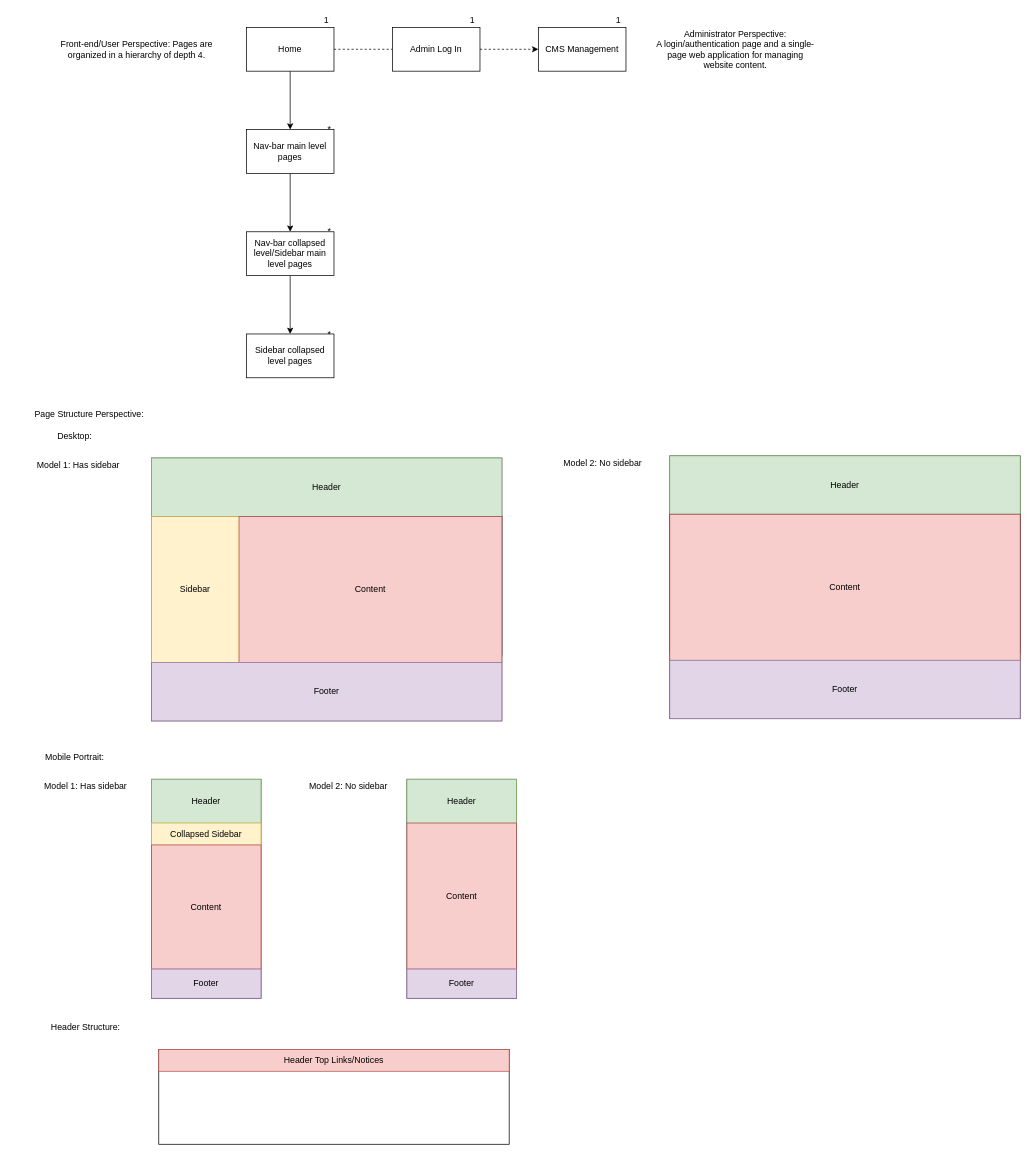
The draw.io diagram Untitled Diagram.drawio in rickyychen/McGillWebsite, before the edit. Source tidied: cells renumbered, new cells numbered last; positions are measured from the earlier drawing's top-left corner, leaving out a move shared by most shapes. Both pictures are drawn from the tidied source at 73%, with x=0, y=0 at pixel (12, 12).
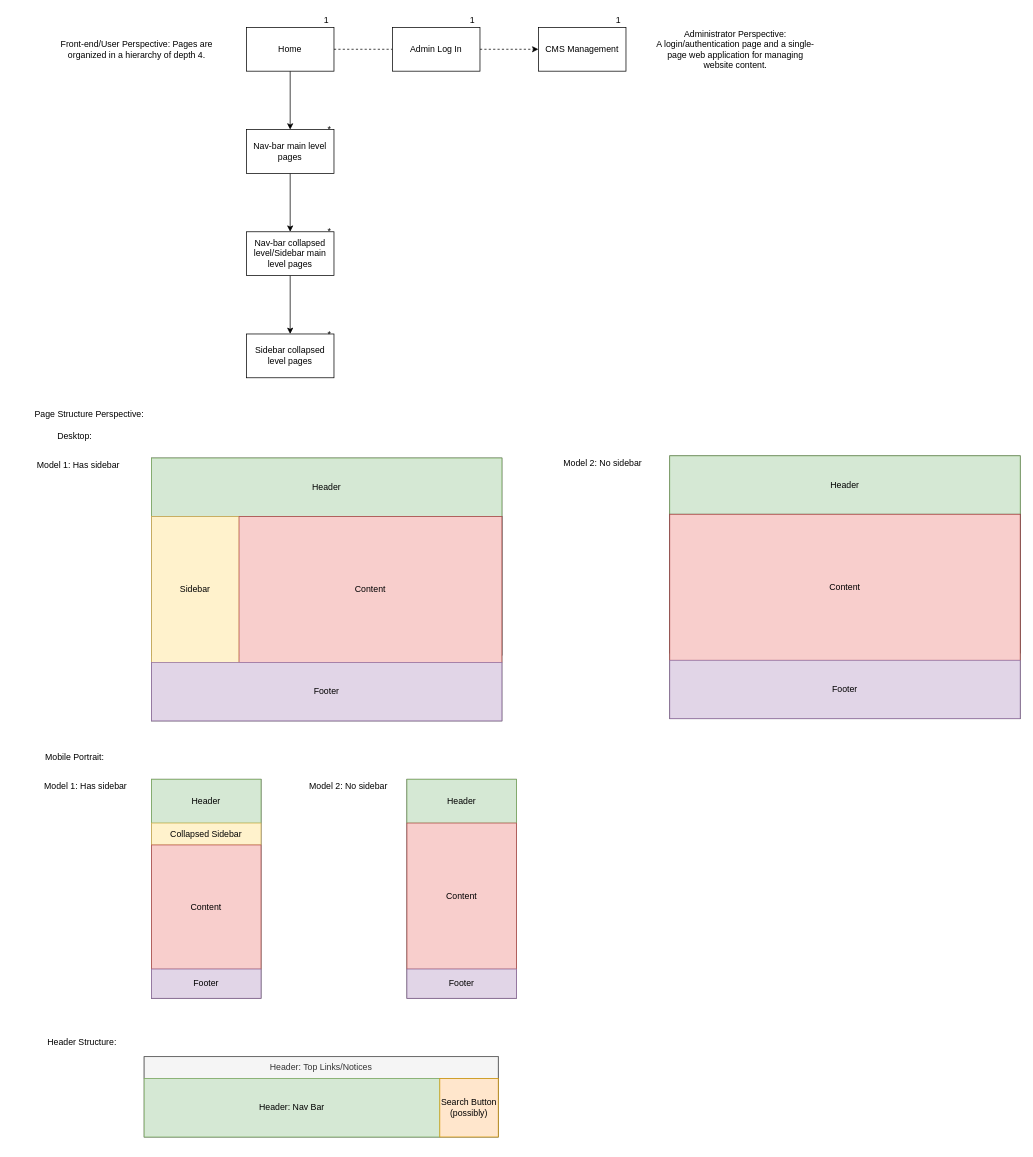
After the change.

What changed in the source:
```diff
@@
     <mxCell id="52" value="Header Structure:" style="text;html=1;strokeColor=none;fillColor=none;align=center;verticalAlign=middle;whiteSpace=wrap;rounded=0;" parent="1" vertex="1">
-      <mxGeometry x="15" y="1380" width="170" height="20" as="geometry" />
+      <mxGeometry x="10" y="1400" width="170" height="20" as="geometry" />
     </mxCell>
     <mxCell id="53" style="rounded=0;whiteSpace=wrap;html=1;" parent="1" vertex="1">
-      <mxGeometry x="200" y="1420" width="480" height="130" as="geometry" />
+      <mxGeometry x="180" y="1430" width="485" height="110" as="geometry" />
     </mxCell>
-    <mxCell id="54" value="Header Top Links/Notices" style="rounded=0;whiteSpace=wrap;html=1;fillColor=#f8cecc;strokeColor=#b85450;" parent="1" vertex="1">
-      <mxGeometry x="200" y="1420" width="480" height="30" as="geometry" />
+    <mxCell id="54" value="Header: Top Links/Notices" style="rounded=0;whiteSpace=wrap;html=1;fillColor=#f5f5f5;strokeColor=#666666;fontColor=#333333;" parent="1" vertex="1">
+      <mxGeometry x="180" y="1430" width="485" height="30" as="geometry" />
     </mxCell>
+    <mxCell id="55" value="Header: Nav Bar" style="rounded=0;whiteSpace=wrap;html=1;fillColor=#d5e8d4;strokeColor=#82b366;" parent="1" vertex="1">
+      <mxGeometry x="180" y="1460" width="405" height="80" as="geometry" />
+    </mxCell>
+    <mxCell id="56" value="Search Button (possibly)" style="rounded=0;whiteSpace=wrap;html=1;fillColor=#ffe6cc;strokeColor=#d79b00;" parent="1" vertex="1">
+      <mxGeometry x="585" y="1460" width="80" height="80" as="geometry" />
+    </mxCell>
```
